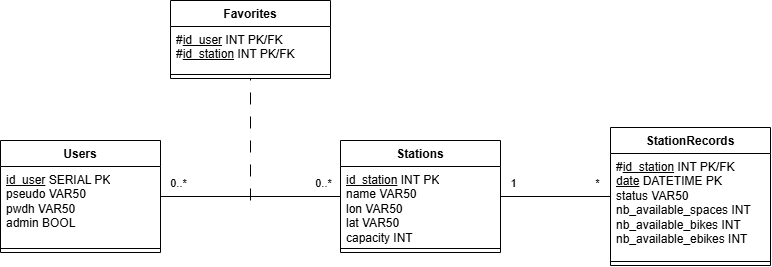
Eddboy-ensai/ensai-it-project-2a-team14 keeps this draw.io diagram as doc/rapport final/img/diag_modele_donnees.png. Above is the earlier version. Source tidied: cells renumbered, new cells last; positions are measured from the earlier drawing's top-left corner, leaving out a move shared by most shapes.
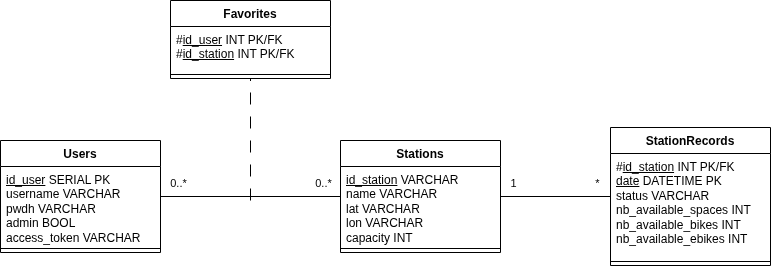
Above is the later version.

Change to the diagram source:
```diff
@@ -18,12 +18,12 @@
     <mxCell id="5" value="Users" style="swimlane;fontStyle=1;align=center;verticalAlign=top;horizontal=1;startSize=26;whiteSpace=wrap;html=1;" parent="1" vertex="1">
       <mxGeometry y="140" width="160" height="112" as="geometry" />
     </mxCell>
-    <mxCell id="6" value="&lt;div&gt;&lt;u&gt;id_user&lt;/u&gt; SERIAL PK&lt;/div&gt;&lt;div&gt;pseudo VAR50&lt;/div&gt;&lt;div&gt;pwdh VAR50&lt;/div&gt;&lt;div&gt;admin BOOL&lt;/div&gt;" style="text;strokeColor=none;fillColor=none;align=left;verticalAlign=top;spacingLeft=4;spacingRight=4;overflow=hidden;whiteSpace=wrap;html=1;" parent="5" vertex="1">
-      <mxGeometry y="26" width="160" height="78" as="geometry" />
-    </mxCell>
-    <mxCell id="7" style="line;strokeWidth=1;fillColor=none;align=left;verticalAlign=middle;spacingTop=-1;spacingLeft=3;spacingRight=3;labelPosition=right;strokeColor=inherit;" parent="5" vertex="1">
-      <mxGeometry y="104" width="160" height="8" as="geometry" />
-    </mxCell>
+    <mxCell id="21" value="&lt;div&gt;&lt;u&gt;id_user&lt;/u&gt; SERIAL PK&lt;/div&gt;&lt;div&gt;username VARCHAR&lt;/div&gt;&lt;div&gt;pwdh VARCHAR&lt;/div&gt;&lt;div&gt;admin BOOL&lt;/div&gt;&lt;div&gt;access_token VARCHAR&lt;/div&gt;" style="text;strokeColor=none;fillColor=none;align=left;verticalAlign=top;spacingLeft=4;spacingRight=4;overflow=hidden;whiteSpace=wrap;html=1;" parent="5" vertex="1">
+      <mxGeometry y="26" width="160" height="78" as="geometry" />
+    </mxCell>
+    <mxCell id="22" style="line;strokeWidth=1;fillColor=none;align=left;verticalAlign=middle;spacingTop=-1;spacingLeft=3;spacingRight=3;labelPosition=right;strokeColor=inherit;" parent="5" vertex="1">
+      <mxGeometry y="104" width="160" height="8" as="geometry" />
+    </mxCell>
     <mxCell id="8" value="Favorites" style="swimlane;fontStyle=1;align=center;verticalAlign=top;horizontal=1;startSize=26;whiteSpace=wrap;html=1;" parent="1" vertex="1">
       <mxGeometry x="170" width="160" height="78" as="geometry" />
     </mxCell>
@@ -49,25 +49,25 @@
     <mxCell id="14" value="Stations" style="swimlane;fontStyle=1;align=center;verticalAlign=top;horizontal=1;startSize=26;whiteSpace=wrap;html=1;" parent="1" vertex="1">
       <mxGeometry x="340" y="140" width="160" height="112" as="geometry" />
     </mxCell>
-    <mxCell id="15" value="&lt;div&gt;&lt;u&gt;id_station&lt;/u&gt;&amp;nbsp;INT PK&lt;/div&gt;&lt;div&gt;name VAR50&lt;/div&gt;&lt;div&gt;lon VAR50&lt;/div&gt;&lt;div&gt;lat VAR50&lt;/div&gt;&lt;div&gt;capacity INT&lt;/div&gt;" style="text;strokeColor=none;fillColor=none;align=left;verticalAlign=top;spacingLeft=4;spacingRight=4;overflow=hidden;whiteSpace=wrap;html=1;" parent="14" vertex="1">
-      <mxGeometry y="26" width="160" height="78" as="geometry" />
-    </mxCell>
-    <mxCell id="16" style="line;strokeWidth=1;fillColor=none;align=left;verticalAlign=middle;spacingTop=-1;spacingLeft=3;spacingRight=3;labelPosition=right;strokeColor=inherit;" parent="14" vertex="1">
-      <mxGeometry y="104" width="160" height="8" as="geometry" />
-    </mxCell>
+    <mxCell id="23" value="&lt;div&gt;&lt;u&gt;id_station&lt;/u&gt;&amp;nbsp;VARCHAR&lt;/div&gt;&lt;div&gt;name VARCHAR&lt;/div&gt;&lt;div&gt;lat VARCHAR&lt;/div&gt;&lt;div&gt;lon VARCHAR&lt;/div&gt;&lt;div&gt;capacity INT&lt;/div&gt;" style="text;strokeColor=none;fillColor=none;align=left;verticalAlign=top;spacingLeft=4;spacingRight=4;overflow=hidden;whiteSpace=wrap;html=1;" parent="14" vertex="1">
+      <mxGeometry y="26" width="160" height="78" as="geometry" />
+    </mxCell>
+    <mxCell id="24" style="line;strokeWidth=1;fillColor=none;align=left;verticalAlign=middle;spacingTop=-1;spacingLeft=3;spacingRight=3;labelPosition=right;strokeColor=inherit;" parent="14" vertex="1">
+      <mxGeometry y="104" width="160" height="8" as="geometry" />
+    </mxCell>
     <mxCell id="17" value="StationRecords" style="swimlane;fontStyle=1;align=center;verticalAlign=top;horizontal=1;startSize=26;whiteSpace=wrap;html=1;" parent="1" vertex="1">
       <mxGeometry x="610" y="127" width="160" height="138" as="geometry" />
     </mxCell>
-    <mxCell id="18" value="&lt;div&gt;#&lt;u&gt;id_station&lt;/u&gt;&amp;nbsp;INT PK/FK&lt;/div&gt;&lt;div&gt;&lt;u&gt;date&lt;/u&gt; DATETIME PK&lt;/div&gt;&lt;div&gt;status VAR50&lt;/div&gt;&lt;div&gt;nb_available_spaces INT&lt;/div&gt;&lt;div&gt;nb_available_bikes INT&lt;/div&gt;&lt;div&gt;nb_available_ebikes INT&lt;/div&gt;" style="text;strokeColor=none;fillColor=none;align=left;verticalAlign=top;spacingLeft=4;spacingRight=4;overflow=hidden;whiteSpace=wrap;html=1;" parent="17" vertex="1">
-      <mxGeometry y="26" width="160" height="104" as="geometry" />
-    </mxCell>
+    <mxCell id="25" value="&lt;div&gt;#&lt;u&gt;id_station&lt;/u&gt;&amp;nbsp;INT PK/FK&lt;/div&gt;&lt;div&gt;&lt;u&gt;date&lt;/u&gt; DATETIME PK&lt;/div&gt;&lt;div&gt;status VARCHAR&lt;/div&gt;&lt;div&gt;nb_available_spaces INT&lt;/div&gt;&lt;div&gt;nb_available_bikes INT&lt;/div&gt;&lt;div&gt;nb_available_ebikes INT&lt;/div&gt;" style="text;strokeColor=none;fillColor=none;align=left;verticalAlign=top;spacingLeft=4;spacingRight=4;overflow=hidden;whiteSpace=wrap;html=1;" parent="17" vertex="1">
+      <mxGeometry y="26" width="160" height="104" as="geometry" />
+    </mxCell>
     <mxCell id="19" style="line;strokeWidth=1;fillColor=none;align=left;verticalAlign=middle;spacingTop=-1;spacingLeft=3;spacingRight=3;labelPosition=right;strokeColor=inherit;" parent="17" vertex="1">
       <mxGeometry y="130" width="160" height="8" as="geometry" />
     </mxCell>
-    <mxCell id="20" style="endArrow=none;html=1;rounded=0;entryX=0.5;entryY=1;entryDx=0;entryDy=0;dashed=1;dashPattern=12 12;" parent="1" edge="1" target="8">
-      <mxGeometry relative="1" as="geometry">
-        <mxPoint x="250" y="200" as="sourcePoint" />
-      </mxGeometry>
-    </mxCell>
+    <mxCell id="26" style="endArrow=none;html=1;rounded=0;entryX=0.5;entryY=1;entryDx=0;entryDy=0;dashed=1;dashPattern=12 12;" parent="1" edge="1" target="8">
+      <mxGeometry relative="1" as="geometry">
+        <mxPoint x="250" y="200" as="sourcePoint" />
+      </mxGeometry>
+    </mxCell>
   </root>
 </mxGraphModel>
```
